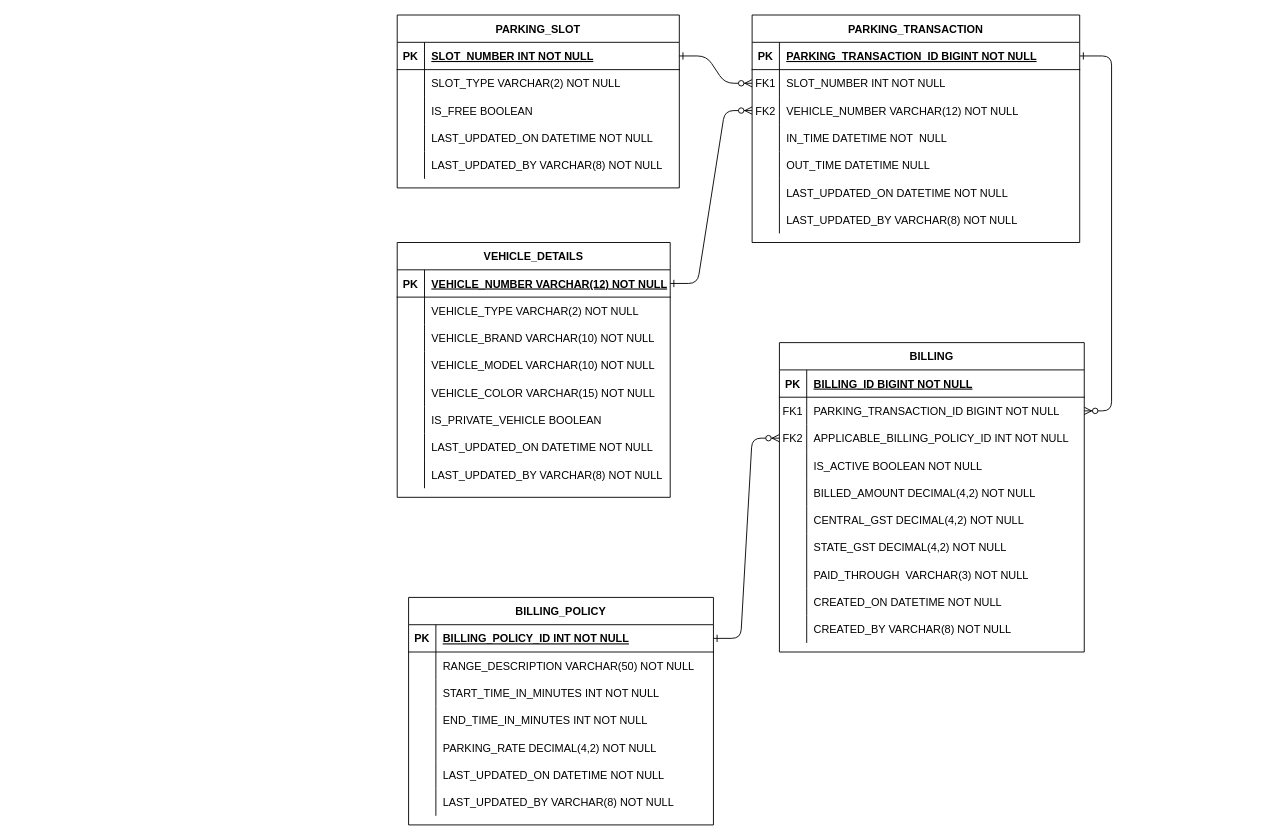
This is page "Entity Diagram" (1 of 5) of Parking.drawio from suhasark/bits-mtech-work, a draw.io file, before an edit. Source tidied: cells renumbered, new cells numbered last; positions are measured from the earlier drawing's top-left corner, leaving out a move shared by most shapes. Both pictures are drawn from the tidied source at 91%, with x=0, y=0 at pixel (397, 15).
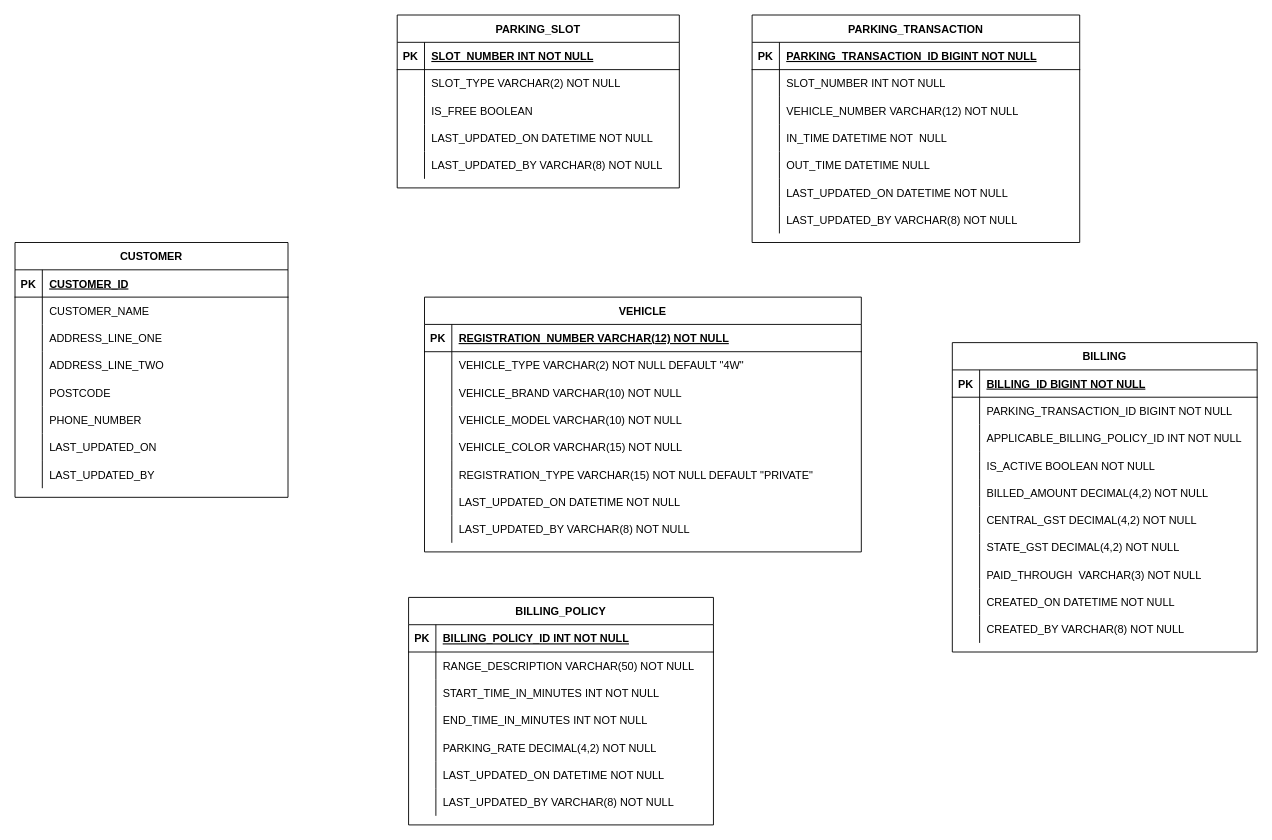
The same diagram, later.

The change refers to these unchanged cells:
```xml
<mxCell id="5" style="shape=partialRectangle;fillColor=none;points=[[0,0.5],[1,0.5]];portConstraint=eastwest;top=0;left=0;right=0;bottom=1;" parent="4" vertex="1">
  <mxGeometry y="30" width="360" height="30" as="geometry" />
</mxCell>
<mxCell id="8" style="shape=partialRectangle;fillColor=none;points=[[0,0.5],[1,0.5]];portConstraint=eastwest;top=0;left=0;right=0;bottom=0;" parent="4" vertex="1">
  <mxGeometry y="60" width="360" height="30" as="geometry" />
</mxCell>
<mxCell id="11" style="shape=partialRectangle;fillColor=none;points=[[0,0.5],[1,0.5]];portConstraint=eastwest;top=0;left=0;right=0;bottom=0;" parent="4" vertex="1">
  <mxGeometry y="90" width="360" height="30" as="geometry" />
</mxCell>
<mxCell id="30" style="shape=partialRectangle;fillColor=none;points=[[0,0.5],[1,0.5]];portConstraint=eastwest;top=0;left=0;right=0;bottom=0;" parent="26" vertex="1">
  <mxGeometry y="60" width="335" height="30" as="geometry" />
</mxCell>
<mxCell id="33" style="shape=partialRectangle;fillColor=none;points=[[0,0.5],[1,0.5]];portConstraint=eastwest;top=0;left=0;right=0;bottom=0;" parent="26" vertex="1">
  <mxGeometry y="90" width="335" height="30" as="geometry" />
</mxCell>
<mxCell id="58" style="shape=partialRectangle;fillColor=none;points=[[0,0.5],[1,0.5]];portConstraint=eastwest;top=0;left=0;right=0;bottom=1;" parent="57" vertex="1">
  <mxGeometry y="30" width="310" height="30" as="geometry" />
</mxCell>
<mxCell id="100" style="shape=partialRectangle;fillColor=none;points=[[0,0.5],[1,0.5]];portConstraint=eastwest;top=0;left=0;right=0;bottom=1;" parent="99" vertex="1">
  <mxGeometry y="30" width="335" height="30" as="geometry" />
</mxCell>
```

What changed in the source:
```diff
@@
-    <mxCell id="2" style="edgeStyle=entityRelationEdgeStyle;endArrow=ERzeroToMany;startArrow=ERone;endFill=1;startFill=0;" parent="1" edge="1" source="58" target="8">
-      <mxGeometry relative="1" as="geometry" />
-    </mxCell>
-    <mxCell id="3" style="edgeStyle=entityRelationEdgeStyle;endArrow=ERzeroToMany;startArrow=ERone;endFill=1;startFill=0;" parent="1" edge="1" source="5" target="30">
-      <mxGeometry relative="1" as="geometry" />
-    </mxCell>
@@
-    <mxCell id="9" value="FK1" style="shape=partialRectangle;overflow=hidden;fillColor=none;top=0;left=0;bottom=0;right=0;" parent="8" vertex="1">
+    <mxCell id="9" style="shape=partialRectangle;overflow=hidden;fillColor=none;top=0;left=0;bottom=0;right=0;" parent="8" vertex="1">
       <mxGeometry width="30" height="30" as="geometry" />
     </mxCell>
@@
-    <mxCell id="12" value="FK2" style="shape=partialRectangle;overflow=hidden;fillColor=none;top=0;left=0;bottom=0;right=0;" parent="11" vertex="1">
+    <mxCell id="12" style="shape=partialRectangle;overflow=hidden;fillColor=none;top=0;left=0;bottom=0;right=0;" parent="11" vertex="1">
       <mxGeometry width="30" height="30" as="geometry" />
     </mxCell>
@@
     <mxCell id="26" value="BILLING" style="shape=table;startSize=30;childLayout=tableLayout;rowLines=0;fontStyle=1;align=center;" parent="1" vertex="1">
-      <mxGeometry x="420" y="360" width="335" height="340" as="geometry" />
+      <mxGeometry x="610" y="360" width="335" height="340" as="geometry" />
     </mxCell>
@@
-    <mxCell id="31" value="FK1" style="shape=partialRectangle;overflow=hidden;fillColor=none;top=0;left=0;bottom=0;right=0;" parent="30" vertex="1">
+    <mxCell id="31" style="shape=partialRectangle;overflow=hidden;fillColor=none;top=0;left=0;bottom=0;right=0;" parent="30" vertex="1">
       <mxGeometry width="30" height="30" as="geometry" />
     </mxCell>
@@
-    <mxCell id="34" value="FK2" style="shape=partialRectangle;overflow=hidden;fillColor=none;top=0;left=0;bottom=0;right=0;" parent="33" vertex="1">
+    <mxCell id="34" style="shape=partialRectangle;overflow=hidden;fillColor=none;top=0;left=0;bottom=0;right=0;" parent="33" vertex="1">
       <mxGeometry width="30" height="30" as="geometry" />
     </mxCell>
@@
-    <mxCell id="73" value="VEHICLE_DETAILS" style="shape=table;startSize=30;childLayout=tableLayout;rowLines=0;fontStyle=1;align=center;" parent="1" vertex="1">
-      <mxGeometry y="250" width="300" height="280" as="geometry" />
+    <mxCell id="73" value="VEHICLE" style="shape=table;startSize=30;childLayout=tableLayout;rowLines=0;fontStyle=1;align=center;" parent="1" vertex="1">
+      <mxGeometry x="30" y="310" width="480" height="280" as="geometry" />
     </mxCell>
     <mxCell id="74" style="shape=partialRectangle;fillColor=none;points=[[0,0.5],[1,0.5]];portConstraint=eastwest;top=0;left=0;right=0;bottom=1;" parent="73" vertex="1">
-      <mxGeometry y="30" width="300" height="30" as="geometry" />
+      <mxGeometry y="30" width="480" height="30" as="geometry" />
     </mxCell>
@@
-    <mxCell id="76" value="VEHICLE_NUMBER VARCHAR(12) NOT NULL " style="shape=partialRectangle;overflow=hidden;fillColor=none;top=0;left=0;bottom=0;right=0;align=left;spacingLeft=6;fontStyle=5;" parent="74" vertex="1">
-      <mxGeometry x="30" width="270" height="30" as="geometry" />
+    <mxCell id="76" value="REGISTRATION_NUMBER VARCHAR(12) NOT NULL " style="shape=partialRectangle;overflow=hidden;fillColor=none;top=0;left=0;bottom=0;right=0;align=left;spacingLeft=6;fontStyle=5;" parent="74" vertex="1">
+      <mxGeometry x="30" width="450" height="30" as="geometry" />
     </mxCell>
     <mxCell id="77" style="shape=partialRectangle;fillColor=none;top=0;left=0;right=0;bottom=0;" parent="73" vertex="1">
-      <mxGeometry y="60" width="300" height="30" as="geometry" />
+      <mxGeometry y="60" width="480" height="30" as="geometry" />
     </mxCell>
@@
-    <mxCell id="79" value="VEHICLE_TYPE VARCHAR(2) NOT NULL" style="shape=partialRectangle;overflow=hidden;fillColor=none;top=0;left=0;bottom=0;right=0;align=left;spacingLeft=6;" parent="77" vertex="1">
-      <mxGeometry x="30" width="270" height="30" as="geometry" />
+    <mxCell id="79" value="VEHICLE_TYPE VARCHAR(2) NOT NULL DEFAULT &quot;4W&quot;" style="shape=partialRectangle;overflow=hidden;fillColor=none;top=0;left=0;bottom=0;right=0;align=left;spacingLeft=6;" parent="77" vertex="1">
+      <mxGeometry x="30" width="450" height="30" as="geometry" />
     </mxCell>
     <mxCell id="80" style="shape=partialRectangle;fillColor=none;top=0;left=0;right=0;bottom=0;" parent="73" vertex="1">
-      <mxGeometry y="90" width="300" height="30" as="geometry" />
+      <mxGeometry y="90" width="480" height="30" as="geometry" />
     </mxCell>
@@
     <mxCell id="82" value="VEHICLE_BRAND VARCHAR(10) NOT NULL" style="shape=partialRectangle;overflow=hidden;fillColor=none;top=0;left=0;bottom=0;right=0;align=left;spacingLeft=6;" parent="80" vertex="1">
-      <mxGeometry x="30" width="270" height="30" as="geometry" />
+      <mxGeometry x="30" width="450" height="30" as="geometry" />
     </mxCell>
     <mxCell id="83" style="shape=partialRectangle;fillColor=none;top=0;left=0;right=0;bottom=0;" parent="73" vertex="1">
-      <mxGeometry y="120" width="300" height="30" as="geometry" />
+      <mxGeometry y="120" width="480" height="30" as="geometry" />
     </mxCell>
@@
     <mxCell id="85" value="VEHICLE_MODEL VARCHAR(10) NOT NULL" style="shape=partialRectangle;overflow=hidden;fillColor=none;top=0;left=0;bottom=0;right=0;align=left;spacingLeft=6;" parent="83" vertex="1">
-      <mxGeometry x="30" width="270" height="30" as="geometry" />
+      <mxGeometry x="30" width="450" height="30" as="geometry" />
     </mxCell>
     <mxCell id="86" style="shape=partialRectangle;fillColor=none;top=0;left=0;right=0;bottom=0;" parent="73" vertex="1">
-      <mxGeometry y="150" width="300" height="30" as="geometry" />
+      <mxGeometry y="150" width="480" height="30" as="geometry" />
     </mxCell>
@@
     <mxCell id="88" value="VEHICLE_COLOR VARCHAR(15) NOT NULL" style="shape=partialRectangle;overflow=hidden;fillColor=none;top=0;left=0;bottom=0;right=0;align=left;spacingLeft=6;" parent="86" vertex="1">
-      <mxGeometry x="30" width="270" height="30" as="geometry" />
+      <mxGeometry x="30" width="450" height="30" as="geometry" />
     </mxCell>
     <mxCell id="89" style="shape=partialRectangle;fillColor=none;top=0;left=0;right=0;bottom=0;" parent="73" vertex="1">
-      <mxGeometry y="180" width="300" height="30" as="geometry" />
+      <mxGeometry y="180" width="480" height="30" as="geometry" />
     </mxCell>
@@
-    <mxCell id="91" value="IS_PRIVATE_VEHICLE BOOLEAN" style="shape=partialRectangle;overflow=hidden;fillColor=none;top=0;left=0;bottom=0;right=0;align=left;spacingLeft=6;" parent="89" vertex="1">
-      <mxGeometry x="30" width="270" height="30" as="geometry" />
+    <mxCell id="91" value="REGISTRATION_TYPE VARCHAR(15) NOT NULL DEFAULT &quot;PRIVATE&quot;" style="shape=partialRectangle;overflow=hidden;fillColor=none;top=0;left=0;bottom=0;right=0;align=left;spacingLeft=6;" parent="89" vertex="1">
+      <mxGeometry x="30" width="450" height="30" as="geometry" />
     </mxCell>
     <mxCell id="92" style="shape=partialRectangle;fillColor=none;top=0;left=0;right=0;bottom=0;" parent="73" vertex="1">
-      <mxGeometry y="210" width="300" height="30" as="geometry" />
+      <mxGeometry y="210" width="480" height="30" as="geometry" />
     </mxCell>
@@
     <mxCell id="94" value="LAST_UPDATED_ON DATETIME NOT NULL" style="shape=partialRectangle;overflow=hidden;fillColor=none;top=0;left=0;bottom=0;right=0;align=left;spacingLeft=6;" parent="92" vertex="1">
-      <mxGeometry x="30" width="270" height="30" as="geometry" />
+      <mxGeometry x="30" width="450" height="30" as="geometry" />
     </mxCell>
     <mxCell id="95" style="shape=partialRectangle;fillColor=none;top=0;left=0;right=0;bottom=0;" parent="73" vertex="1">
-      <mxGeometry y="240" width="300" height="30" as="geometry" />
+      <mxGeometry y="240" width="480" height="30" as="geometry" />
     </mxCell>
@@
     <mxCell id="97" value="LAST_UPDATED_BY VARCHAR(8) NOT NULL" style="shape=partialRectangle;overflow=hidden;fillColor=none;top=0;left=0;bottom=0;right=0;align=left;spacingLeft=6;" parent="95" vertex="1">
-      <mxGeometry x="30" width="270" height="30" as="geometry" />
+      <mxGeometry x="30" width="450" height="30" as="geometry" />
     </mxCell>
-    <mxCell id="98" style="edgeStyle=entityRelationEdgeStyle;endArrow=ERzeroToMany;startArrow=ERone;endFill=1;startFill=0;exitX=1;exitY=0.5;exitDx=0;exitDy=0;entryX=0;entryY=0.5;entryDx=0;entryDy=0;" parent="1" edge="1" source="74" target="11">
-      <mxGeometry relative="1" as="geometry" />
-    </mxCell>
@@
-    <mxCell id="121" style="edgeStyle=entityRelationEdgeStyle;endArrow=ERzeroToMany;startArrow=ERone;endFill=1;startFill=0;exitX=1;exitY=0.5;exitDx=0;exitDy=0;entryX=0;entryY=0.5;entryDx=0;entryDy=0;" parent="1" edge="1" source="100" target="33">
-      <mxGeometry relative="1" as="geometry">
-        <Array as="points">
-          <mxPoint x="760" y="560" />
-          <mxPoint x="760" y="580" />
-        </Array>
-      </mxGeometry>
-    </mxCell>
+    <mxCell id="122" value="CUSTOMER" style="shape=table;startSize=30;childLayout=tableLayout;rowLines=0;fontStyle=1;align=center;" parent="1" vertex="1">
+      <mxGeometry x="-420" y="250" width="300" height="280" as="geometry" />
+    </mxCell>
+    <mxCell id="123" style="shape=partialRectangle;fillColor=none;top=0;left=0;right=0;bottom=1;" parent="122" vertex="1">
+      <mxGeometry y="30" width="300" height="30" as="geometry" />
+    </mxCell>
+    <mxCell id="124" value="PK" style="shape=partialRectangle;overflow=hidden;fillColor=none;top=0;left=0;bottom=0;right=0;fontStyle=1;" parent="123" vertex="1">
+      <mxGeometry width="30" height="30" as="geometry" />
+    </mxCell>
+    <mxCell id="125" value="CUSTOMER_ID" style="shape=partialRectangle;overflow=hidden;fillColor=none;top=0;left=0;bottom=0;right=0;align=left;spacingLeft=6;fontStyle=5;" parent="123" vertex="1">
+      <mxGeometry x="30" width="270" height="30" as="geometry" />
+    </mxCell>
+    <mxCell id="126" style="shape=partialRectangle;fillColor=none;top=0;left=0;right=0;bottom=0;" parent="122" vertex="1">
+      <mxGeometry y="60" width="300" height="30" as="geometry" />
+    </mxCell>
+    <mxCell id="127" style="shape=partialRectangle;overflow=hidden;fillColor=none;top=0;left=0;bottom=0;right=0;" parent="126" vertex="1">
+      <mxGeometry width="30" height="30" as="geometry" />
+    </mxCell>
+    <mxCell id="128" value="CUSTOMER_NAME" style="shape=partialRectangle;overflow=hidden;fillColor=none;top=0;left=0;bottom=0;right=0;align=left;spacingLeft=6;" parent="126" vertex="1">
+      <mxGeometry x="30" width="270" height="30" as="geometry" />
+    </mxCell>
+    <mxCell id="129" style="shape=partialRectangle;fillColor=none;top=0;left=0;right=0;bottom=0;" parent="122" vertex="1">
+      <mxGeometry y="90" width="300" height="30" as="geometry" />
+    </mxCell>
+    <mxCell id="130" style="shape=partialRectangle;overflow=hidden;fillColor=none;top=0;left=0;bottom=0;right=0;" parent="129" vertex="1">
+      <mxGeometry width="30" height="30" as="geometry" />
+    </mxCell>
+    <mxCell id="131" value="ADDRESS_LINE_ONE" style="shape=partialRectangle;overflow=hidden;fillColor=none;top=0;left=0;bottom=0;right=0;align=left;spacingLeft=6;" parent="129" vertex="1">
+      <mxGeometry x="30" width="270" height="30" as="geometry" />
+    </mxCell>
+    <mxCell id="132" style="shape=partialRectangle;fillColor=none;top=0;left=0;right=0;bottom=0;" parent="122" vertex="1">
+      <mxGeometry y="120" width="300" height="30" as="geometry" />
+    </mxCell>
+    <mxCell id="133" style="shape=partialRectangle;overflow=hidden;fillColor=none;top=0;left=0;bottom=0;right=0;" parent="132" vertex="1">
+      <mxGeometry width="30" height="30" as="geometry" />
+    </mxCell>
+    <mxCell id="134" value="ADDRESS_LINE_TWO" style="shape=partialRectangle;overflow=hidden;fillColor=none;top=0;left=0;bottom=0;right=0;align=left;spacingLeft=6;" parent="132" vertex="1">
+      <mxGeometry x="30" width="270" height="30" as="geometry" />
+    </mxCell>
+    <mxCell id="135" style="shape=partialRectangle;fillColor=none;top=0;left=0;right=0;bottom=0;" parent="122" vertex="1">
+      <mxGeometry y="150" width="300" height="30" as="geometry" />
+    </mxCell>
+    <mxCell id="136" style="shape=partialRectangle;overflow=hidden;fillColor=none;top=0;left=0;bottom=0;right=0;" parent="135" vertex="1">
+      <mxGeometry width="30" height="30" as="geometry" />
+    </mxCell>
+    <mxCell id="137" value="POSTCODE" style="shape=partialRectangle;overflow=hidden;fillColor=none;top=0;left=0;bottom=0;right=0;align=left;spacingLeft=6;" parent="135" vertex="1">
+      <mxGeometry x="30" width="270" height="30" as="geometry" />
+    </mxCell>
+    <mxCell id="138" style="shape=partialRectangle;fillColor=none;top=0;left=0;right=0;bottom=0;" parent="122" vertex="1">
+      <mxGeometry y="180" width="300" height="30" as="geometry" />
+    </mxCell>
+    <mxCell id="139" style="shape=partialRectangle;overflow=hidden;fillColor=none;top=0;left=0;bottom=0;right=0;" parent="138" vertex="1">
+      <mxGeometry width="30" height="30" as="geometry" />
+    </mxCell>
+    <mxCell id="140" value="PHONE_NUMBER" style="shape=partialRectangle;overflow=hidden;fillColor=none;top=0;left=0;bottom=0;right=0;align=left;spacingLeft=6;" parent="138" vertex="1">
+      <mxGeometry x="30" width="270" height="30" as="geometry" />
+    </mxCell>
+    <mxCell id="141" style="shape=partialRectangle;fillColor=none;top=0;left=0;right=0;bottom=0;" parent="122" vertex="1">
+      <mxGeometry y="210" width="300" height="30" as="geometry" />
+    </mxCell>
+    <mxCell id="142" style="shape=partialRectangle;overflow=hidden;fillColor=none;top=0;left=0;bottom=0;right=0;" parent="141" vertex="1">
+      <mxGeometry width="30" height="30" as="geometry" />
+    </mxCell>
+    <mxCell id="143" value="LAST_UPDATED_ON" style="shape=partialRectangle;overflow=hidden;fillColor=none;top=0;left=0;bottom=0;right=0;align=left;spacingLeft=6;" parent="141" vertex="1">
+      <mxGeometry x="30" width="270" height="30" as="geometry" />
+    </mxCell>
+    <mxCell id="144" style="shape=partialRectangle;fillColor=none;top=0;left=0;right=0;bottom=0;" parent="122" vertex="1">
+      <mxGeometry y="240" width="300" height="30" as="geometry" />
+    </mxCell>
+    <mxCell id="145" style="shape=partialRectangle;overflow=hidden;fillColor=none;top=0;left=0;bottom=0;right=0;" parent="144" vertex="1">
+      <mxGeometry width="30" height="30" as="geometry" />
+    </mxCell>
+    <mxCell id="146" value="LAST_UPDATED_BY" style="shape=partialRectangle;overflow=hidden;fillColor=none;top=0;left=0;bottom=0;right=0;align=left;spacingLeft=6;" parent="144" vertex="1">
+      <mxGeometry x="30" width="270" height="30" as="geometry" />
+    </mxCell>
```
